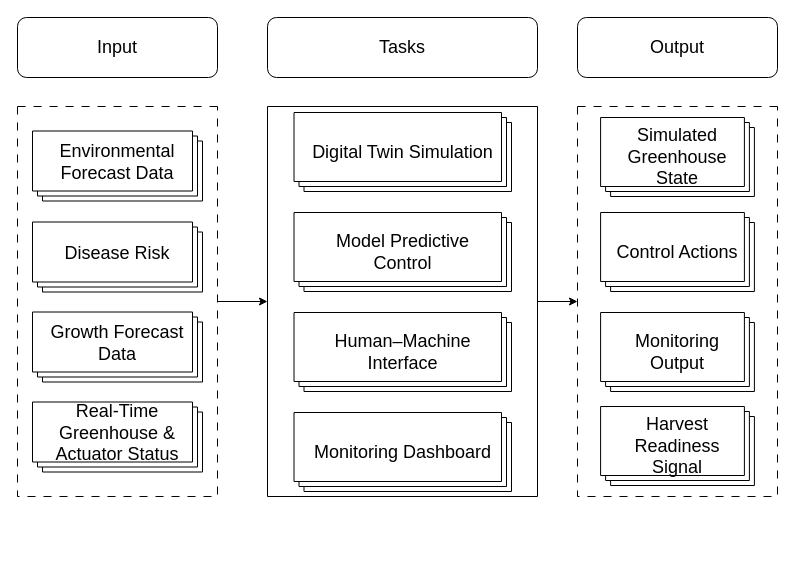
This is docs/Documents/Resources/AgriTwin-GH - Module-3 Decomposition Diagram.drawio from arjun-christopher/AgriTwin-GH, a draw.io file, before an edit. Source tidied: cells renumbered, new cells numbered last; positions are measured from the earlier drawing's top-left corner, leaving out a move shared by most shapes. Both pictures are drawn from the tidied source at 100%, with x=0, y=0 at pixel (17, 17).
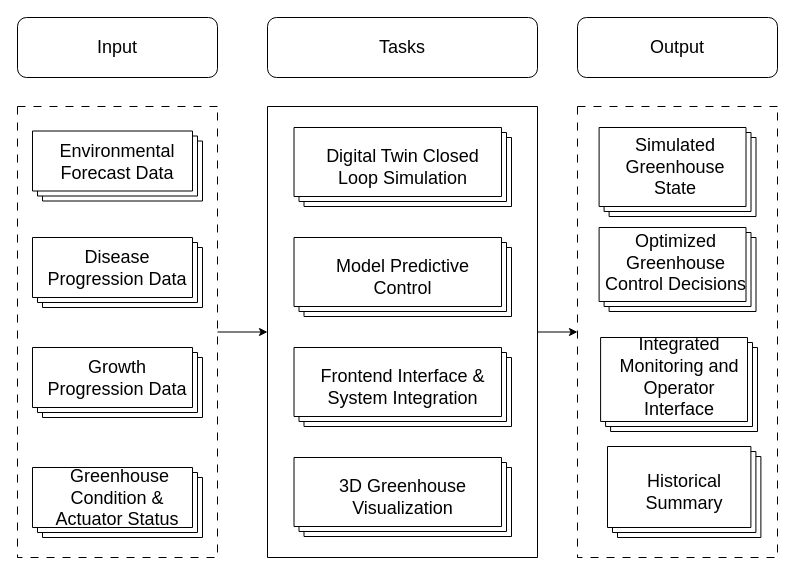
Above is the later version.

The edit, as a diff of the source:
```diff
@@
     <mxCell id="3" style="swimlane;startSize=0;dashed=1;dashPattern=8 8;" parent="1" vertex="1">
-      <mxGeometry y="89" width="200" height="390" as="geometry" />
+      <mxGeometry y="89" width="200" height="451" as="geometry" />
     </mxCell>
@@
     <mxCell id="6" style="verticalLabelPosition=bottom;verticalAlign=top;html=1;shape=mxgraph.basic.layered_rect;dx=10;whiteSpace=wrap;" parent="3" vertex="1">
-      <mxGeometry x="15" y="115.5" width="170" height="70" as="geometry" />
+      <mxGeometry x="15" y="131" width="170" height="70" as="geometry" />
     </mxCell>
-    <mxCell id="7" value="&lt;font style=&quot;font-size: 18px;&quot;&gt;Disease Risk&lt;/font&gt;" style="text;html=1;align=center;verticalAlign=middle;whiteSpace=wrap;rounded=0;" parent="3" vertex="1">
-      <mxGeometry x="25" y="131.5" width="150" height="30" as="geometry" />
+    <mxCell id="7" value="&lt;font style=&quot;font-size: 18px;&quot;&gt;Disease Progression Data&lt;/font&gt;" style="text;html=1;align=center;verticalAlign=middle;whiteSpace=wrap;rounded=0;" parent="3" vertex="1">
+      <mxGeometry x="25" y="147" width="150" height="30" as="geometry" />
     </mxCell>
     <mxCell id="8" style="verticalLabelPosition=bottom;verticalAlign=top;html=1;shape=mxgraph.basic.layered_rect;dx=10;whiteSpace=wrap;" parent="3" vertex="1">
-      <mxGeometry x="15" y="205.5" width="170" height="70" as="geometry" />
+      <mxGeometry x="15" y="241" width="170" height="70" as="geometry" />
     </mxCell>
-    <mxCell id="9" value="&lt;font style=&quot;font-size: 18px;&quot;&gt;Growth Forecast Data&lt;/font&gt;" style="text;html=1;align=center;verticalAlign=middle;whiteSpace=wrap;rounded=0;" parent="3" vertex="1">
-      <mxGeometry x="25" y="221.5" width="150" height="30" as="geometry" />
+    <mxCell id="9" value="&lt;font style=&quot;font-size: 18px;&quot;&gt;Growth Progression Data&lt;/font&gt;" style="text;html=1;align=center;verticalAlign=middle;whiteSpace=wrap;rounded=0;" parent="3" vertex="1">
+      <mxGeometry x="25" y="257" width="150" height="30" as="geometry" />
     </mxCell>
     <mxCell id="10" style="verticalLabelPosition=bottom;verticalAlign=top;html=1;shape=mxgraph.basic.layered_rect;dx=10;whiteSpace=wrap;" parent="3" vertex="1">
-      <mxGeometry x="15" y="295.5" width="170" height="70" as="geometry" />
+      <mxGeometry x="15" y="361" width="170" height="70" as="geometry" />
     </mxCell>
-    <mxCell id="11" value="&lt;font style=&quot;font-size: 18px;&quot;&gt;Real-Time Greenhouse &amp;amp; Actuator Status&lt;/font&gt;" style="text;html=1;align=center;verticalAlign=middle;whiteSpace=wrap;rounded=0;" parent="3" vertex="1">
-      <mxGeometry x="25" y="311.5" width="150" height="30" as="geometry" />
+    <mxCell id="11" value="&lt;font style=&quot;font-size: 18px;&quot;&gt;&amp;nbsp;Greenhouse Condition &amp;amp; Actuator Status&lt;/font&gt;" style="text;html=1;align=center;verticalAlign=middle;whiteSpace=wrap;rounded=0;" parent="3" vertex="1">
+      <mxGeometry x="25" y="377" width="150" height="30" as="geometry" />
     </mxCell>
@@
     <mxCell id="13" style="swimlane;startSize=0;" parent="1" vertex="1">
-      <mxGeometry x="250" y="89" width="270" height="390" as="geometry" />
+      <mxGeometry x="250" y="89" width="270" height="451" as="geometry" />
     </mxCell>
     <mxCell id="14" style="verticalLabelPosition=bottom;verticalAlign=top;html=1;shape=mxgraph.basic.layered_rect;dx=10;whiteSpace=wrap;" parent="13" vertex="1">
-      <mxGeometry x="26.5" y="6" width="217.5" height="79" as="geometry" />
+      <mxGeometry x="26.5" y="21" width="217.5" height="79" as="geometry" />
     </mxCell>
-    <mxCell id="15" value="&lt;font style=&quot;font-size: 18px;&quot;&gt;Digital Twin Simulation&lt;/font&gt;" style="text;html=1;align=center;verticalAlign=middle;whiteSpace=wrap;rounded=0;" parent="13" vertex="1">
-      <mxGeometry x="39" y="30.5" width="192.5" height="30" as="geometry" />
+    <mxCell id="15" value="&lt;font style=&quot;font-size: 18px;&quot;&gt;Digital Twin Closed Loop Simulation&lt;/font&gt;" style="text;html=1;align=center;verticalAlign=middle;whiteSpace=wrap;rounded=0;" parent="13" vertex="1">
+      <mxGeometry x="39" y="45.5" width="192.5" height="30" as="geometry" />
     </mxCell>
     <mxCell id="16" style="verticalLabelPosition=bottom;verticalAlign=top;html=1;shape=mxgraph.basic.layered_rect;dx=10;whiteSpace=wrap;" parent="13" vertex="1">
-      <mxGeometry x="26.5" y="106" width="217.5" height="79" as="geometry" />
+      <mxGeometry x="26.5" y="131" width="217.5" height="79" as="geometry" />
     </mxCell>
     <mxCell id="17" value="&lt;font style=&quot;font-size: 18px;&quot;&gt;Model Predictive Control&lt;/font&gt;" style="text;html=1;align=center;verticalAlign=middle;whiteSpace=wrap;rounded=0;" parent="13" vertex="1">
-      <mxGeometry x="39" y="130.5" width="192.5" height="30" as="geometry" />
+      <mxGeometry x="39" y="155.5" width="192.5" height="30" as="geometry" />
     </mxCell>
     <mxCell id="18" style="verticalLabelPosition=bottom;verticalAlign=top;html=1;shape=mxgraph.basic.layered_rect;dx=10;whiteSpace=wrap;" parent="13" vertex="1">
-      <mxGeometry x="26.5" y="206" width="217.5" height="79" as="geometry" />
+      <mxGeometry x="26.5" y="241" width="217.5" height="79" as="geometry" />
     </mxCell>
-    <mxCell id="19" value="&lt;font style=&quot;font-size: 18px;&quot;&gt;Human–Machine Interface&lt;/font&gt;" style="text;html=1;align=center;verticalAlign=middle;whiteSpace=wrap;rounded=0;" parent="13" vertex="1">
-      <mxGeometry x="39" y="230.5" width="192.5" height="30" as="geometry" />
+    <mxCell id="19" value="&lt;font style=&quot;font-size: 18px;&quot;&gt;Frontend Interface &amp;amp; System Integration&lt;/font&gt;" style="text;html=1;align=center;verticalAlign=middle;whiteSpace=wrap;rounded=0;" parent="13" vertex="1">
+      <mxGeometry x="39" y="265.5" width="192.5" height="30" as="geometry" />
     </mxCell>
     <mxCell id="20" style="verticalLabelPosition=bottom;verticalAlign=top;html=1;shape=mxgraph.basic.layered_rect;dx=10;whiteSpace=wrap;" parent="13" vertex="1">
-      <mxGeometry x="26.5" y="306" width="217.5" height="79" as="geometry" />
+      <mxGeometry x="26.5" y="351" width="217.5" height="79" as="geometry" />
     </mxCell>
-    <mxCell id="21" value="&lt;font style=&quot;font-size: 18px;&quot;&gt;Monitoring Dashboard&lt;/font&gt;" style="text;html=1;align=center;verticalAlign=middle;whiteSpace=wrap;rounded=0;" parent="13" vertex="1">
-      <mxGeometry x="39" y="330.5" width="192.5" height="30" as="geometry" />
+    <mxCell id="21" value="&lt;font style=&quot;font-size: 18px;&quot;&gt;3D Greenhouse Visualization&lt;/font&gt;" style="text;html=1;align=center;verticalAlign=middle;whiteSpace=wrap;rounded=0;" parent="13" vertex="1">
+      <mxGeometry x="39" y="375.5" width="192.5" height="30" as="geometry" />
     </mxCell>
     <mxCell id="22" style="swimlane;startSize=0;dashed=1;dashPattern=8 8;" parent="1" vertex="1">
-      <mxGeometry x="560" y="89" width="200" height="390" as="geometry" />
+      <mxGeometry x="560" y="89" width="200" height="451" as="geometry" />
     </mxCell>
     <mxCell id="23" style="verticalLabelPosition=bottom;verticalAlign=top;html=1;shape=mxgraph.basic.layered_rect;dx=10;whiteSpace=wrap;" parent="22" vertex="1">
-      <mxGeometry x="23.1" y="11" width="153.8" height="79" as="geometry" />
+      <mxGeometry x="21.6" y="21" width="156.9" height="89" as="geometry" />
     </mxCell>
     <mxCell id="24" value="&lt;font style=&quot;font-size: 18px;&quot;&gt;Simulated Greenhouse State&lt;/font&gt;" style="text;html=1;align=center;verticalAlign=middle;whiteSpace=wrap;rounded=0;" parent="22" vertex="1">
-      <mxGeometry x="30" y="35.5" width="140" height="30" as="geometry" />
+      <mxGeometry x="28.4" y="45.5" width="140" height="30" as="geometry" />
     </mxCell>
     <mxCell id="25" style="verticalLabelPosition=bottom;verticalAlign=top;html=1;shape=mxgraph.basic.layered_rect;dx=10;whiteSpace=wrap;" parent="22" vertex="1">
-      <mxGeometry x="23.1" y="106" width="153.8" height="79" as="geometry" />
+      <mxGeometry x="21.6" y="121" width="156.9" height="84" as="geometry" />
     </mxCell>
-    <mxCell id="26" value="&lt;font style=&quot;font-size: 18px;&quot;&gt;Control Actions&lt;/font&gt;" style="text;html=1;align=center;verticalAlign=middle;whiteSpace=wrap;rounded=0;" parent="22" vertex="1">
-      <mxGeometry x="30" y="130.5" width="140" height="30" as="geometry" />
+    <mxCell id="26" value="&lt;font style=&quot;font-size: 18px;&quot;&gt;Optimized Greenhouse Control Decisions&lt;/font&gt;" style="text;html=1;align=center;verticalAlign=middle;whiteSpace=wrap;rounded=0;" parent="22" vertex="1">
+      <mxGeometry x="25.3" y="142" width="146.9" height="30" as="geometry" />
     </mxCell>
     <mxCell id="27" style="verticalLabelPosition=bottom;verticalAlign=top;html=1;shape=mxgraph.basic.layered_rect;dx=10;whiteSpace=wrap;" parent="22" vertex="1">
-      <mxGeometry x="23.1" y="206" width="153.8" height="79" as="geometry" />
+      <mxGeometry x="23.1" y="231" width="156.9" height="94" as="geometry" />
     </mxCell>
-    <mxCell id="28" value="&lt;font style=&quot;font-size: 18px;&quot;&gt;Monitoring Output&lt;/font&gt;" style="text;html=1;align=center;verticalAlign=middle;whiteSpace=wrap;rounded=0;" parent="22" vertex="1">
-      <mxGeometry x="30" y="230.5" width="140" height="30" as="geometry" />
+    <mxCell id="28" value="&lt;font style=&quot;font-size: 18px;&quot;&gt;Integrated Monitoring and Operator Interface&lt;/font&gt;" style="text;html=1;align=center;verticalAlign=middle;whiteSpace=wrap;rounded=0;" parent="22" vertex="1">
+      <mxGeometry x="31.6" y="256" width="140" height="30" as="geometry" />
     </mxCell>
     <mxCell id="29" style="verticalLabelPosition=bottom;verticalAlign=top;html=1;shape=mxgraph.basic.layered_rect;dx=10;whiteSpace=wrap;" parent="22" vertex="1">
-      <mxGeometry x="23.1" y="300" width="153.8" height="79" as="geometry" />
+      <mxGeometry x="30" y="340" width="153.4" height="91" as="geometry" />
     </mxCell>
-    <mxCell id="30" value="&lt;font style=&quot;font-size: 18px;&quot;&gt;Harvest Readiness Signal&lt;/font&gt;" style="text;html=1;align=center;verticalAlign=middle;whiteSpace=wrap;rounded=0;" parent="22" vertex="1">
-      <mxGeometry x="30" y="324.5" width="140" height="30" as="geometry" />
+    <mxCell id="30" value="&lt;font style=&quot;font-size: 18px;&quot;&gt;Historical Summary&lt;/font&gt;" style="text;html=1;align=center;verticalAlign=middle;whiteSpace=wrap;rounded=0;" parent="22" vertex="1">
+      <mxGeometry x="36.7" y="370.5" width="140" height="30" as="geometry" />
     </mxCell>
```
